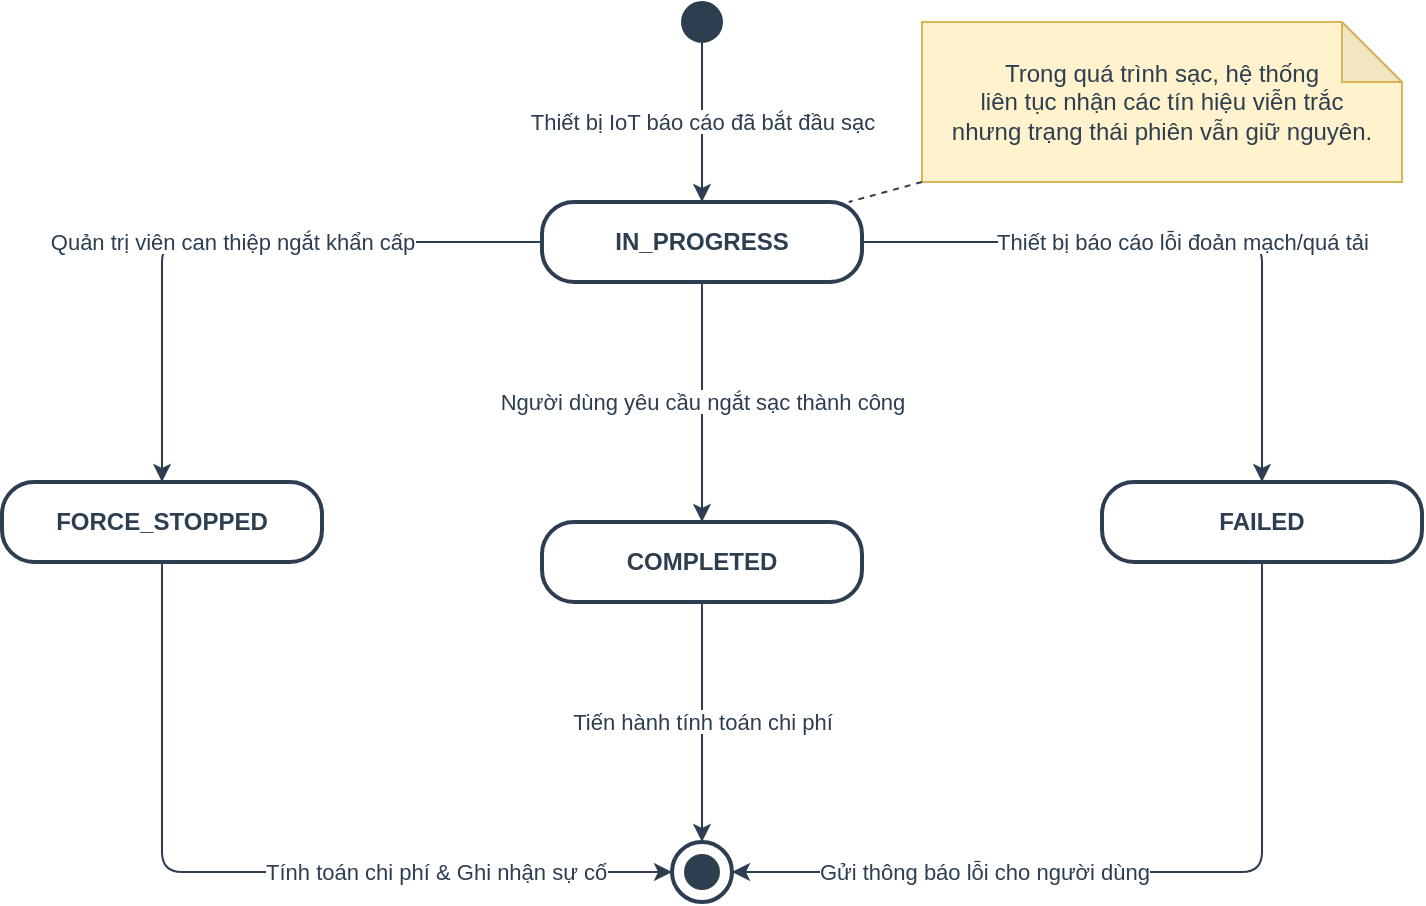
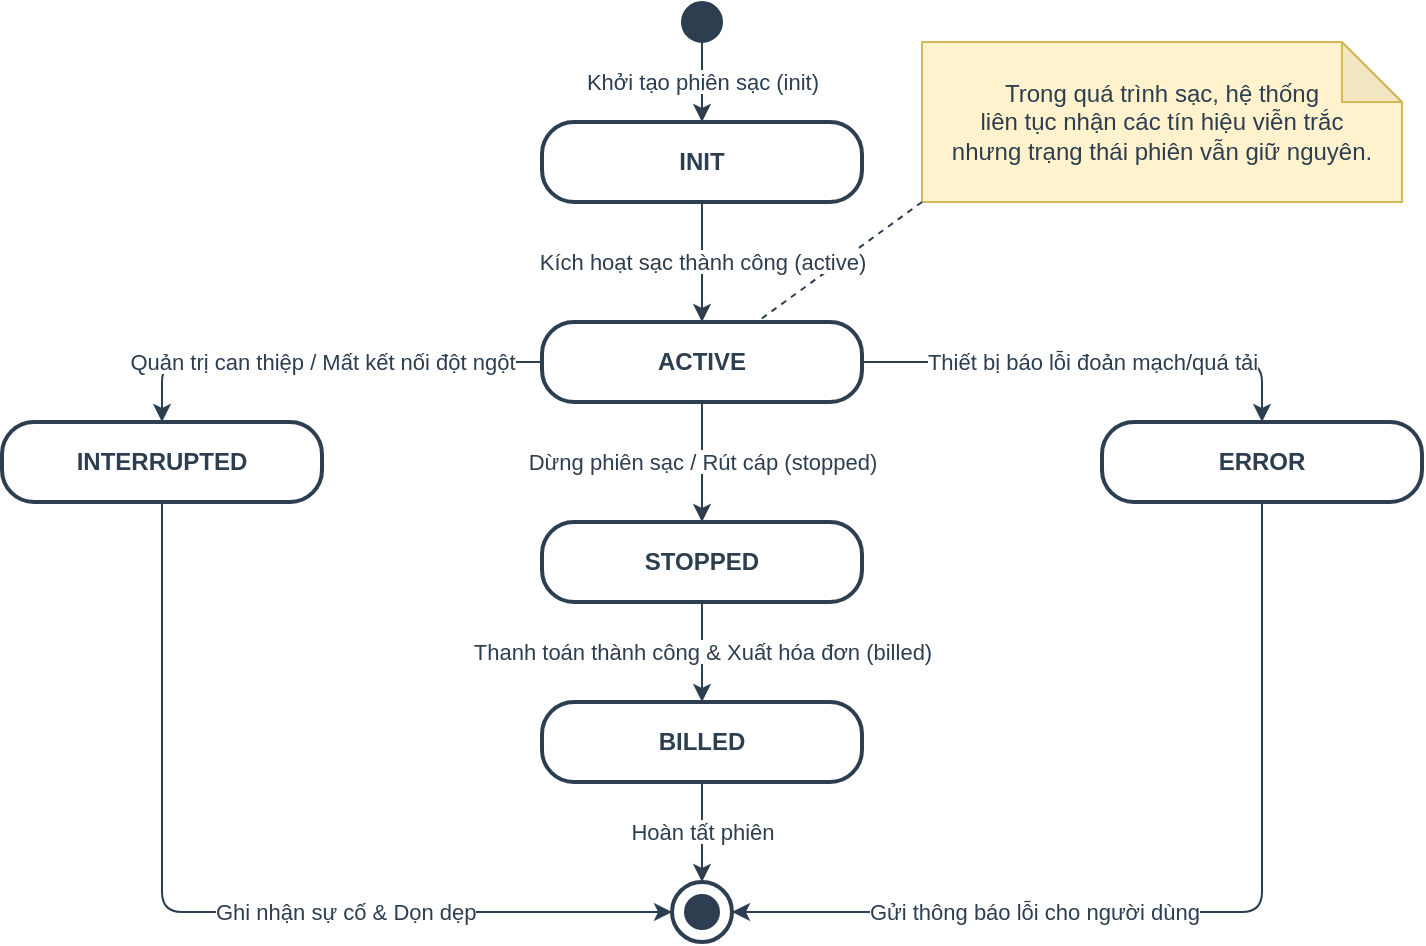
<mxfile host="Electron">
  <diagram name="Page-1" id="120cd709-ea86-406c-a4ac-71afb65a464c">
    <mxGraphModel dx="1016" dy="659" grid="1" gridSize="10" guides="1" tooltips="1" connect="1" arrows="1" fold="1" page="1" pageScale="1" pageWidth="827" pageHeight="1169" math="0" shadow="0">
      <root>
        <mxCell id="0" />
        <mxCell id="1" parent="0" />
        <mxCell id="n1" parent="1" style="ellipse;whiteSpace=wrap;html=1;aspect=fixed;fillColor=#2C3E50;strokeColor=#2C3E50;" value="" vertex="1">
-           <mxGeometry height="20" width="20" x="410" y="40" as="geometry" />
+           <mxGeometry height="20" width="20" x="410" y="30" as="geometry" />
        </mxCell>
-         <mxCell id="n2" parent="1" style="rounded=1;whiteSpace=wrap;html=1;arcSize=40;fontStyle=1;strokeWidth=2;fillColor=#ffffff;strokeColor=#2C3E50;fontColor=#2C3E50;" value="IN_PROGRESS" vertex="1">
-           <mxGeometry height="40" width="160" x="340" y="140" as="geometry" />
+         <mxCell id="n_init" parent="1" style="rounded=1;whiteSpace=wrap;html=1;arcSize=40;fontStyle=1;strokeWidth=2;fillColor=#ffffff;strokeColor=#2C3E50;fontColor=#2C3E50;" value="INIT" vertex="1">
+           <mxGeometry height="40" width="160" x="340" y="90" as="geometry" />
        </mxCell>
-         <mxCell id="n3" parent="1" style="rounded=1;whiteSpace=wrap;html=1;arcSize=40;fontStyle=1;strokeWidth=2;fillColor=#ffffff;strokeColor=#2C3E50;fontColor=#2C3E50;" value="COMPLETED" vertex="1">
-           <mxGeometry height="40" width="160" x="340" y="300" as="geometry" />
+         <mxCell id="n2" parent="1" style="rounded=1;whiteSpace=wrap;html=1;arcSize=40;fontStyle=1;strokeWidth=2;fillColor=#ffffff;strokeColor=#2C3E50;fontColor=#2C3E50;" value="ACTIVE" vertex="1">
+           <mxGeometry height="40" width="160" x="340" y="190" as="geometry" />
        </mxCell>
-         <mxCell id="n4" parent="1" style="rounded=1;whiteSpace=wrap;html=1;arcSize=40;fontStyle=1;strokeWidth=2;fillColor=#ffffff;strokeColor=#2C3E50;fontColor=#2C3E50;" value="FORCE_STOPPED" vertex="1">
-           <mxGeometry height="40" width="160" x="70" y="280" as="geometry" />
+         <mxCell id="n3" parent="1" style="rounded=1;whiteSpace=wrap;html=1;arcSize=40;fontStyle=1;strokeWidth=2;fillColor=#ffffff;strokeColor=#2C3E50;fontColor=#2C3E50;" value="STOPPED" vertex="1">
+           <mxGeometry height="40" width="160" x="340" y="290" as="geometry" />
        </mxCell>
-         <mxCell id="n5" parent="1" style="rounded=1;whiteSpace=wrap;html=1;arcSize=40;fontStyle=1;strokeWidth=2;fillColor=#ffffff;strokeColor=#2C3E50;fontColor=#2C3E50;" value="FAILED" vertex="1">
-           <mxGeometry height="40" width="160" x="620" y="280" as="geometry" />
+         <mxCell id="n_billed" parent="1" style="rounded=1;whiteSpace=wrap;html=1;arcSize=40;fontStyle=1;strokeWidth=2;fillColor=#ffffff;strokeColor=#2C3E50;fontColor=#2C3E50;" value="BILLED" vertex="1">
+           <mxGeometry height="40" width="160" x="340" y="380" as="geometry" />
+         </mxCell>
+         <mxCell id="n4" parent="1" style="rounded=1;whiteSpace=wrap;html=1;arcSize=40;fontStyle=1;strokeWidth=2;fillColor=#ffffff;strokeColor=#2C3E50;fontColor=#2C3E50;" value="INTERRUPTED" vertex="1">
+           <mxGeometry height="40" width="160" x="70" y="240" as="geometry" />
+         </mxCell>
+         <mxCell id="n5" parent="1" style="rounded=1;whiteSpace=wrap;html=1;arcSize=40;fontStyle=1;strokeWidth=2;fillColor=#ffffff;strokeColor=#2C3E50;fontColor=#2C3E50;" value="ERROR" vertex="1">
+           <mxGeometry height="40" width="160" x="620" y="240" as="geometry" />
        </mxCell>
        <mxCell id="n6" parent="1" style="ellipse;whiteSpace=wrap;html=1;aspect=fixed;fillColor=none;strokeColor=#2C3E50;strokeWidth=2;" value="" vertex="1">
-           <mxGeometry height="30" width="30" x="405" y="460" as="geometry" />
+           <mxGeometry height="30" width="30" x="405" y="470" as="geometry" />
        </mxCell>
        <mxCell id="n6_inner" parent="n6" style="ellipse;whiteSpace=wrap;html=1;aspect=fixed;fillColor=#2C3E50;strokeColor=none;" value="" vertex="1">
          <mxGeometry height="18" relative="1" width="18" x="0.2" y="0.2" as="geometry" />
        </mxCell>
        <mxCell id="n_note" parent="1" style="shape=note;whiteSpace=wrap;html=1;backgroundOutline=1;darkOpacity=0.05;fillColor=#fff2cc;strokeColor=#d6b656;fontColor=#2C3E50;" value="Trong quá trình sạc, hệ thống&lt;br&gt;liên tục nhận các tín hiệu viễn trắc&lt;br&gt;nhưng trạng thái phiên vẫn giữ nguyên." vertex="1">
          <mxGeometry height="80" width="240" x="530" y="50" as="geometry" />
        </mxCell>
        <mxCell id="e_note" edge="1" parent="1" source="n_note" style="edgeStyle=none;rounded=0;orthogonalLoop=1;jettySize=auto;html=1;strokeColor=#2C3E50;dashed=1;endArrow=none;endFill=0;exitX=0;exitY=1;exitDx=0;exitDy=0;exitPerimeter=0;" target="n2" value="">
          <mxGeometry relative="1" as="geometry">
            <mxPoint x="530" y="126.52173913043475" as="sourcePoint" />
          </mxGeometry>
        </mxCell>
-         <mxCell id="e1" edge="1" parent="1" source="n1" style="edgeStyle=orthogonalEdgeStyle;rounded=1;orthogonalLoop=1;jettySize=auto;html=1;strokeColor=#2C3E50;fontColor=#2C3E50;labelBackgroundColor=none;" target="n2" value="&lt;span style=&quot;background-color: light-dark(#ffffff, var(--ge-dark-color, #121212));&quot;&gt;Thiết bị IoT báo cáo đã bắt đầu sạc&lt;/span&gt;">
+         <mxCell id="e1" edge="1" parent="1" source="n1" style="edgeStyle=orthogonalEdgeStyle;rounded=1;orthogonalLoop=1;jettySize=auto;html=1;strokeColor=#2C3E50;fontColor=#2C3E50;labelBackgroundColor=none;" target="n_init" value="&lt;span style=&quot;background-color: light-dark(#ffffff, var(--ge-dark-color, #121212));&quot;&gt;Khởi tạo phiên sạc (init)&lt;/span&gt;">
          <mxGeometry relative="1" as="geometry" />
        </mxCell>
-         <mxCell id="e2" edge="1" parent="1" source="n2" style="edgeStyle=orthogonalEdgeStyle;rounded=1;orthogonalLoop=1;jettySize=auto;html=1;strokeColor=#2C3E50;fontColor=#2C3E50;labelBackgroundColor=none;" target="n3" value="&lt;span style=&quot;background-color: light-dark(#ffffff, var(--ge-dark-color, #121212));&quot;&gt;Người dùng yêu cầu ngắt sạc thành công&lt;/span&gt;">
+         <mxCell id="e_init_active" edge="1" parent="1" source="n_init" style="edgeStyle=orthogonalEdgeStyle;rounded=1;orthogonalLoop=1;jettySize=auto;html=1;strokeColor=#2C3E50;fontColor=#2C3E50;labelBackgroundColor=none;" target="n2" value="&lt;span style=&quot;background-color: light-dark(#ffffff, var(--ge-dark-color, #121212));&quot;&gt;Kích hoạt sạc thành công (active)&lt;/span&gt;">
          <mxGeometry relative="1" as="geometry" />
        </mxCell>
-         <mxCell id="e3" edge="1" parent="1" source="n2" style="edgeStyle=orthogonalEdgeStyle;rounded=1;orthogonalLoop=1;jettySize=auto;html=1;strokeColor=#2C3E50;fontColor=#2C3E50;labelBackgroundColor=none;" target="n4" value="&lt;span style=&quot;background-color: light-dark(#ffffff, var(--ge-dark-color, #121212));&quot;&gt;Quản trị viên can thiệp ngắt khẩn cấp&lt;/span&gt;">
+         <mxCell id="e2" edge="1" parent="1" source="n2" style="edgeStyle=orthogonalEdgeStyle;rounded=1;orthogonalLoop=1;jettySize=auto;html=1;strokeColor=#2C3E50;fontColor=#2C3E50;labelBackgroundColor=none;" target="n3" value="&lt;span style=&quot;background-color: light-dark(#ffffff, var(--ge-dark-color, #121212));&quot;&gt;Dừng phiên sạc / Rút cáp (stopped)&lt;/span&gt;">
          <mxGeometry relative="1" as="geometry" />
        </mxCell>
-         <mxCell id="e4" edge="1" parent="1" source="n2" style="edgeStyle=orthogonalEdgeStyle;rounded=1;orthogonalLoop=1;jettySize=auto;html=1;strokeColor=#2C3E50;fontColor=#2C3E50;labelBackgroundColor=none;align=center;" target="n5" value="&lt;span style=&quot;background-color: light-dark(#ffffff, var(--ge-dark-color, #121212));&quot;&gt;Thiết bị báo cáo lỗi đoản mạch/quá tải&lt;/span&gt;">
+         <mxCell id="e_stopped_billed" edge="1" parent="1" source="n3" style="edgeStyle=orthogonalEdgeStyle;rounded=1;orthogonalLoop=1;jettySize=auto;html=1;strokeColor=#2C3E50;fontColor=#2C3E50;labelBackgroundColor=none;" target="n_billed" value="&lt;span style=&quot;background-color: light-dark(#ffffff, var(--ge-dark-color, #121212));&quot;&gt;Thanh toán thành công &amp;amp; Xuất hóa đơn (billed)&lt;/span&gt;">
          <mxGeometry relative="1" as="geometry" />
        </mxCell>
-         <mxCell id="e5" edge="1" parent="1" source="n3" style="edgeStyle=orthogonalEdgeStyle;rounded=1;orthogonalLoop=1;jettySize=auto;html=1;strokeColor=#2C3E50;fontColor=#2C3E50;labelBackgroundColor=none;" target="n6" value="&lt;span style=&quot;background-color: light-dark(#ffffff, var(--ge-dark-color, #121212));&quot;&gt;Tiến hành tính toán chi phí&lt;/span&gt;">
+         <mxCell id="e_billed_end" edge="1" parent="1" source="n_billed" style="edgeStyle=orthogonalEdgeStyle;rounded=1;orthogonalLoop=1;jettySize=auto;html=1;strokeColor=#2C3E50;fontColor=#2C3E50;labelBackgroundColor=none;" target="n6" value="&lt;span style=&quot;background-color: light-dark(#ffffff, var(--ge-dark-color, #121212));&quot;&gt;Hoàn tất phiên&lt;/span&gt;">
          <mxGeometry relative="1" as="geometry" />
        </mxCell>
-         <mxCell id="e6" edge="1" parent="1" source="n4" style="edgeStyle=orthogonalEdgeStyle;rounded=1;orthogonalLoop=1;jettySize=auto;html=1;strokeColor=#2C3E50;fontColor=#2C3E50;labelBackgroundColor=none;align=left;" target="n6" value="&lt;div style=&quot;&quot;&gt;&lt;span style=&quot;background-color: light-dark(#ffffff, var(--ge-dark-color, #121212)); color: light-dark(rgb(44, 62, 80), rgb(173, 188, 204));&quot;&gt;Tính toán chi phí &amp;amp; Ghi nhận sự cố&lt;/span&gt;&lt;/div&gt;">
+         <mxCell id="e3" edge="1" parent="1" source="n2" style="edgeStyle=orthogonalEdgeStyle;rounded=1;orthogonalLoop=1;jettySize=auto;html=1;strokeColor=#2C3E50;fontColor=#2C3E50;labelBackgroundColor=none;" target="n4" value="&lt;span style=&quot;background-color: light-dark(#ffffff, var(--ge-dark-color, #121212));&quot;&gt;Quản trị can thiệp / Mất kết nối đột ngột&lt;/span&gt;">
+           <mxGeometry relative="1" as="geometry" />
+         </mxCell>
+         <mxCell id="e4" edge="1" parent="1" source="n2" style="edgeStyle=orthogonalEdgeStyle;rounded=1;orthogonalLoop=1;jettySize=auto;html=1;strokeColor=#2C3E50;fontColor=#2C3E50;labelBackgroundColor=none;align=center;" target="n5" value="&lt;span style=&quot;background-color: light-dark(#ffffff, var(--ge-dark-color, #121212));&quot;&gt;Thiết bị báo lỗi đoản mạch/quá tải&lt;/span&gt;">
+           <mxGeometry relative="1" as="geometry" />
+         </mxCell>
+         <mxCell id="e6" edge="1" parent="1" source="n4" style="edgeStyle=orthogonalEdgeStyle;rounded=1;orthogonalLoop=1;jettySize=auto;html=1;strokeColor=#2C3E50;fontColor=#2C3E50;labelBackgroundColor=none;align=left;" target="n6" value="&lt;div style=&quot;&quot;&gt;&lt;span style=&quot;background-color: light-dark(#ffffff, var(--ge-dark-color, #121212)); color: light-dark(rgb(44, 62, 80), rgb(173, 188, 204));&quot;&gt;Ghi nhận sự cố &amp;amp; Dọn dẹp&lt;/span&gt;&lt;/div&gt;">
          <mxGeometry relative="1" as="geometry">
            <Array as="points">
-               <mxPoint x="150" y="475" />
+               <mxPoint x="150" y="485" />
            </Array>
          </mxGeometry>
        </mxCell>
        <mxCell id="e7" edge="1" parent="1" source="n5" style="edgeStyle=orthogonalEdgeStyle;rounded=1;orthogonalLoop=1;jettySize=auto;html=1;strokeColor=#2C3E50;fontColor=#2C3E50;labelBackgroundColor=none;align=right;" target="n6" value="&lt;span style=&quot;background-color: light-dark(#ffffff, var(--ge-dark-color, #121212));&quot;&gt;Gửi thông báo lỗi cho người dùng&lt;/span&gt;">
          <mxGeometry relative="1" as="geometry">
            <Array as="points">
-               <mxPoint x="700" y="475" />
+               <mxPoint x="700" y="485" />
            </Array>
          </mxGeometry>
        </mxCell>
      </root>
    </mxGraphModel>
  </diagram>
</mxfile>
